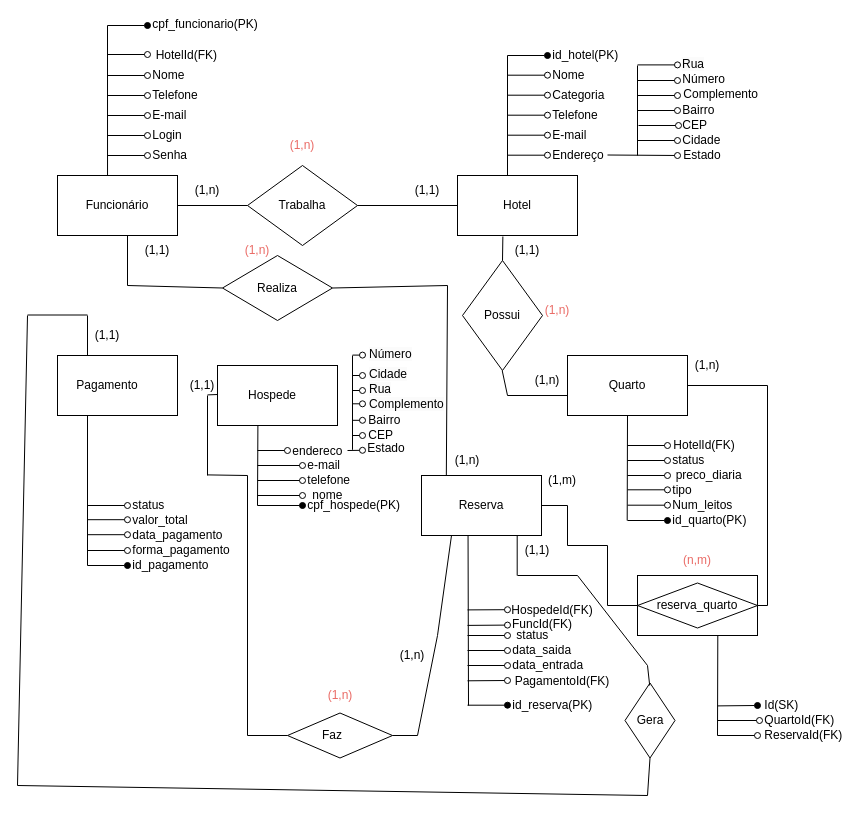
Daniells1/uninter_banco_de_dados keeps this draw.io diagram as trabalho_banco_de_dados.drawio. Above is the earlier version. Source tidied: cells renumbered, new cells numbered last; positions are measured from the earlier drawing's top-left corner, leaving out a move shared by most shapes. Both pictures are drawn from the tidied source at 100%, with x=0, y=0 at pixel (17, 19).
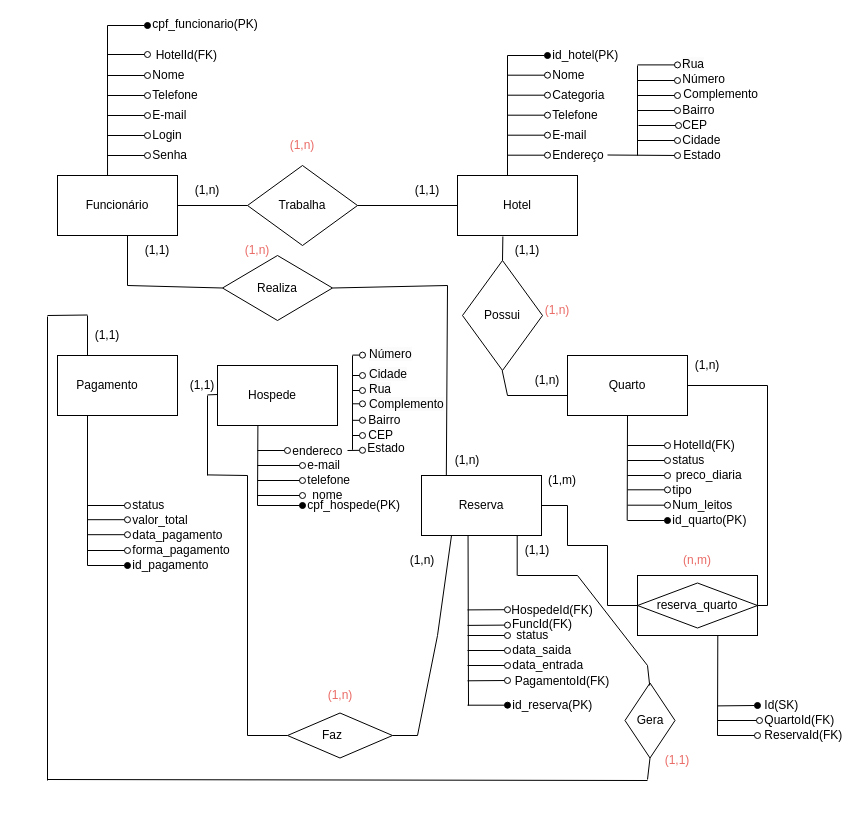
After the change.

Unchanged cells that the change refers to:
```xml
<mxCell id="107" style="rhombus;whiteSpace=wrap;html=1;rotation=-90;direction=south;" parent="1" vertex="1">
  <mxGeometry x="595" y="676" width="75" height="50" as="geometry" />
</mxCell>
```

The edit, as a diff of the source:
```diff
@@
     <mxCell id="111" style="endArrow=none;html=1;" parent="1" edge="1">
       <mxGeometry relative="1" as="geometry">
-        <mxPoint y="766" as="sourcePoint" />
-        <mxPoint x="630" y="776" as="targetPoint" />
+        <mxPoint x="30" y="760" as="sourcePoint" />
+        <mxPoint x="630" y="761" as="targetPoint" />
       </mxGeometry>
     </mxCell>
     <mxCell id="112" style="endArrow=none;html=1;entryX=0.5;entryY=1;entryDx=0;entryDy=0;" parent="1" edge="1" target="107">
       <mxGeometry relative="1" as="geometry">
-        <mxPoint x="630" y="776" as="sourcePoint" />
+        <mxPoint x="630" y="760" as="sourcePoint" />
       </mxGeometry>
     </mxCell>
     <mxCell id="113" style="endArrow=none;html=1;" parent="1" edge="1">
       <mxGeometry relative="1" as="geometry">
-        <mxPoint y="766" as="sourcePoint" />
-        <mxPoint x="10" y="296" as="targetPoint" />
+        <mxPoint x="30" y="761" as="sourcePoint" />
+        <mxPoint x="30" y="297" as="targetPoint" />
       </mxGeometry>
     </mxCell>
     <mxCell id="114" style="endArrow=none;html=1;" parent="1" edge="1">
       <mxGeometry relative="1" as="geometry">
-        <mxPoint x="10" y="295.5" as="sourcePoint" />
+        <mxPoint x="30" y="296" as="sourcePoint" />
         <mxPoint x="70" y="295.5" as="targetPoint" />
       </mxGeometry>
     </mxCell>
@@
     <mxCell id="116" value="(1,n)" style="text;html=1;align=center;verticalAlign=middle;whiteSpace=wrap;rounded=0;" parent="1" vertex="1">
-      <mxGeometry x="365" y="621" width="60" height="30" as="geometry" />
+      <mxGeometry x="375" y="526" width="60" height="30" as="geometry" />
     </mxCell>
@@
+    <mxCell id="192" value="(1,1)" style="text;html=1;align=center;verticalAlign=middle;whiteSpace=wrap;rounded=0;fontColor=#EA6B66;" parent="1" vertex="1">
+      <mxGeometry x="630" y="726" width="60" height="30" as="geometry" />
+    </mxCell>
```
